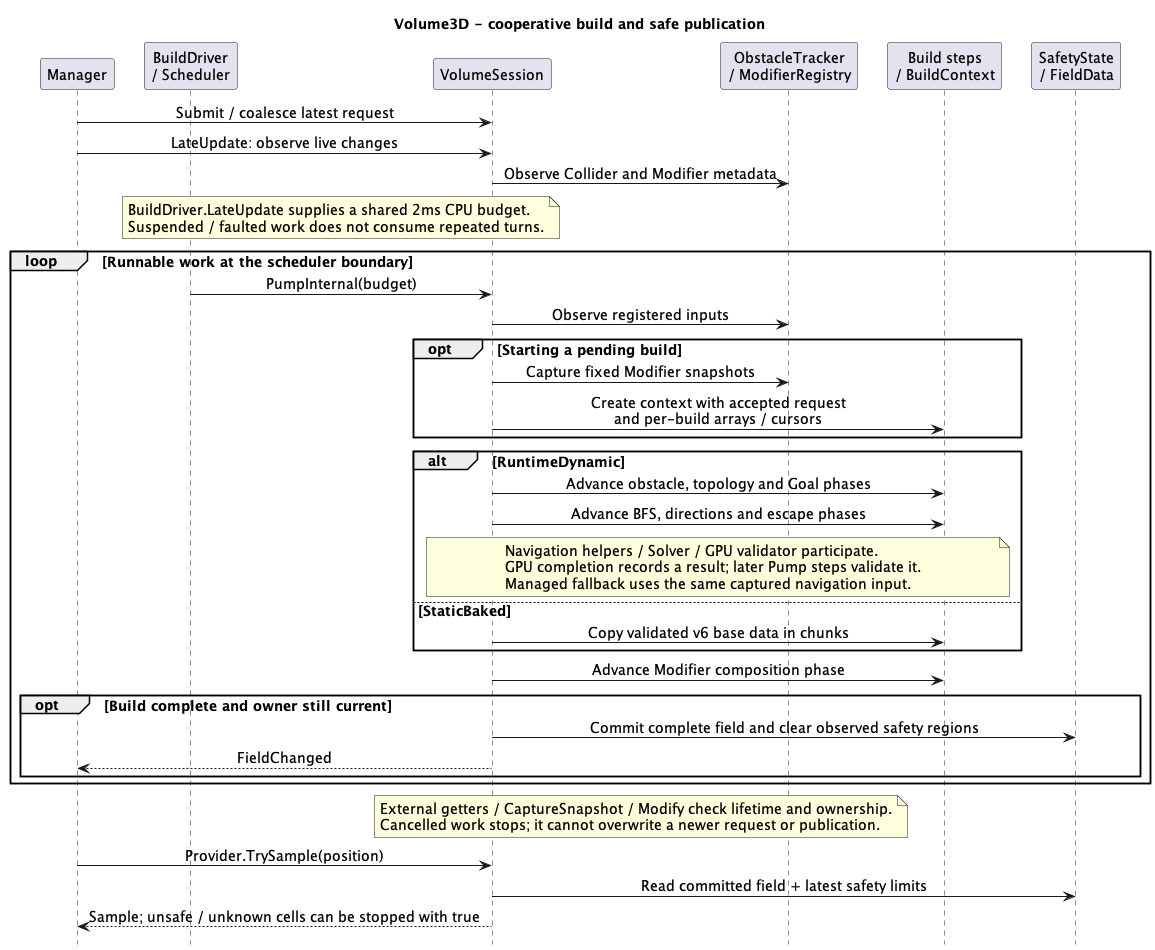
Earlier version of the PlantUML export ToyProject/Assets/_FlowField/Docs/Images/flowfield-volume.png (youwonsock/tool-unity-editor). Source of this version:
```plantuml
@startuml flowfield-volume
skinparam shadowing false
skinparam defaultFontName SansSerif
skinparam defaultFontSize 14
skinparam sequenceMessageAlign center
skinparam ParticipantPadding 10
skinparam BoxPadding 6
hide footbox
title Volume3D - cooperative build and safe publication

participant "Manager" as M
participant "BuildDriver\n/ Scheduler" as Q
participant "VolumeSession" as S
participant "ObstacleTracker\n/ ModifierRegistry" as O
participant "Build steps\n/ BuildContext" as B
participant "SafetyState\n/ FieldData" as P

M -> S : Submit / coalesce latest request
M -> S : LateUpdate: observe live changes
S -> O : Observe Collider and Modifier metadata
note over Q,S : BuildDriver.LateUpdate supplies a shared 2ms CPU budget.\nSuspended / faulted work does not consume repeated turns.
loop Runnable work at the scheduler boundary
  Q -> S : PumpInternal(budget)
  S -> O : Observe registered inputs
  opt Starting a pending build
    S -> O : Capture fixed Modifier snapshots
    S -> B : Create context with accepted request\nand per-build arrays / cursors
  end
  alt RuntimeDynamic
    S -> B : Advance obstacle, topology and Goal phases
    S -> B : Advance BFS, directions and escape phases
    note over S,B : Navigation helpers / Solver / GPU validator participate.\nGPU completion records a result; later Pump steps validate it.\nManaged fallback uses the same captured navigation input.
  else StaticBaked
    S -> B : Copy validated v6 base data in chunks
  end
  S -> B : Advance Modifier composition phase
  opt Build complete and owner still current
    S -> P : Commit complete field and clear observed safety regions
    S --> M : FieldChanged
  end
end
note over S,O : External getters / CaptureSnapshot / Modify check lifetime and ownership.\nCancelled work stops; it cannot overwrite a newer request or publication.
M -> S : Provider.TrySample(position)
S -> P : Read committed field + latest safety limits
S --> M : Sample; unsafe / unknown cells can be stopped with true
@enduml
```
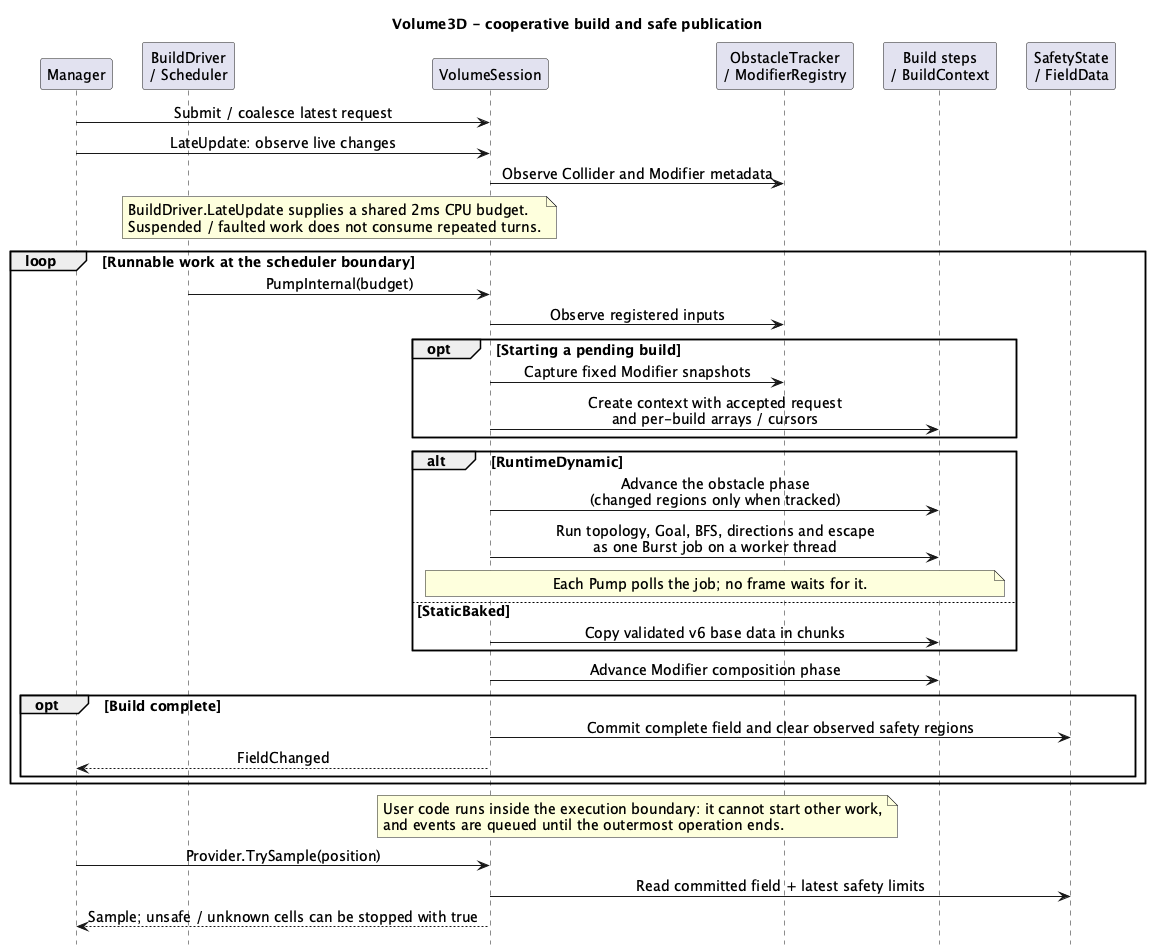
Later version of the same file.

Commit message:
FlowField: UML 이미지를 다시 렌더하고 카메라 확인 결과를 기록

What changed in the source:
```diff
@@ -27,19 +27,19 @@
     S -> B : Create context with accepted request\nand per-build arrays / cursors
   end
   alt RuntimeDynamic
-    S -> B : Advance obstacle, topology and Goal phases
-    S -> B : Advance BFS, directions and escape phases
-    note over S,B : Navigation helpers / Solver / GPU validator participate.\nGPU completion records a result; later Pump steps validate it.\nManaged fallback uses the same captured navigation input.
+    S -> B : Advance the obstacle phase\n(changed regions only when tracked)
+    S -> B : Run topology, Goal, BFS, directions and escape\nas one Burst job on a worker thread
+    note over S,B : Each Pump polls the job; no frame waits for it.
   else StaticBaked
     S -> B : Copy validated v6 base data in chunks
   end
   S -> B : Advance Modifier composition phase
-  opt Build complete and owner still current
+  opt Build complete
     S -> P : Commit complete field and clear observed safety regions
     S --> M : FieldChanged
   end
 end
-note over S,O : External getters / CaptureSnapshot / Modify check lifetime and ownership.\nCancelled work stops; it cannot overwrite a newer request or publication.
+note over S,O : User code runs inside the execution boundary: it cannot start other work,\nand events are queued until the outermost operation ends.
 M -> S : Provider.TrySample(position)
 S -> P : Read committed field + latest safety limits
 S --> M : Sample; unsafe / unknown cells can be stopped with true
```
